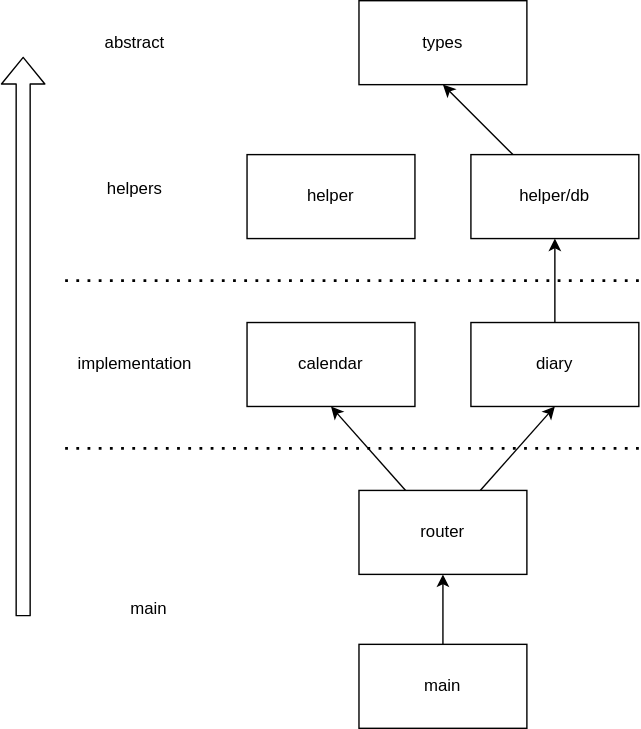
ut-code/JourniCal keeps this draw.io diagram as backend/doc/dependencies.drawio.svg. Above is the earlier version. Source tidied: cells renumbered, new cells last; positions are measured from the earlier drawing's top-left corner, leaving out a move shared by most shapes. Its diagram source:
```xml
<mxGraphModel>
  <root>
    <mxCell id="0" />
    <mxCell id="1" parent="0" />
    <mxCell id="2" style="edgeStyle=none;html=1;entryX=0.5;entryY=1;entryDx=0;entryDy=0;" parent="1" edge="1" source="3" target="13">
      <mxGeometry relative="1" as="geometry" />
    </mxCell>
    <mxCell id="3" value="helper/db" style="rounded=0;whiteSpace=wrap;html=1;" parent="1" vertex="1">
      <mxGeometry x="320" y="110" width="120" height="60" as="geometry" />
    </mxCell>
    <mxCell id="4" style="edgeStyle=none;html=1;entryX=0.5;entryY=1;entryDx=0;entryDy=0;" parent="1" edge="1" source="5" target="3">
      <mxGeometry relative="1" as="geometry" />
    </mxCell>
    <mxCell id="5" value="diary" style="rounded=0;whiteSpace=wrap;html=1;" parent="1" vertex="1">
      <mxGeometry x="320" y="230" width="120" height="60" as="geometry" />
    </mxCell>
    <mxCell id="6" style="edgeStyle=none;html=1;entryX=0.5;entryY=1;entryDx=0;entryDy=0;entryPerimeter=0;" parent="1" edge="1" source="7" target="5">
      <mxGeometry relative="1" as="geometry" />
    </mxCell>
    <mxCell id="7" value="router" style="rounded=0;whiteSpace=wrap;html=1;" parent="1" vertex="1">
      <mxGeometry x="240" y="350" width="120" height="60" as="geometry" />
    </mxCell>
    <mxCell id="8" style="edgeStyle=none;html=1;" parent="1" edge="1" source="9" target="7">
      <mxGeometry relative="1" as="geometry" />
    </mxCell>
    <mxCell id="9" value="main" style="rounded=0;whiteSpace=wrap;html=1;" parent="1" vertex="1">
      <mxGeometry x="240" y="460" width="120" height="60" as="geometry" />
    </mxCell>
    <mxCell id="10" value="helper" style="rounded=0;whiteSpace=wrap;html=1;" parent="1" vertex="1">
      <mxGeometry x="160" y="110" width="120" height="60" as="geometry" />
    </mxCell>
    <mxCell id="11" value="calendar" style="rounded=0;whiteSpace=wrap;html=1;" parent="1" vertex="1">
      <mxGeometry x="160" y="230" width="120" height="60" as="geometry" />
    </mxCell>
    <mxCell id="12" style="edgeStyle=none;html=1;entryX=0.5;entryY=1;entryDx=0;entryDy=0;" parent="1" edge="1" source="7" target="11">
      <mxGeometry relative="1" as="geometry" />
    </mxCell>
    <mxCell id="13" value="types" style="rounded=0;whiteSpace=wrap;html=1;" parent="1" vertex="1">
      <mxGeometry x="240" width="120" height="60" as="geometry" />
    </mxCell>
    <mxCell id="14" style="endArrow=none;dashed=1;html=1;dashPattern=1 3;strokeWidth=2;" parent="1" edge="1">
      <mxGeometry relative="1" as="geometry">
        <mxPoint x="30" y="200" as="sourcePoint" />
        <mxPoint x="440" y="200" as="targetPoint" />
      </mxGeometry>
    </mxCell>
    <mxCell id="15" style="endArrow=none;dashed=1;html=1;dashPattern=1 3;strokeWidth=2;" parent="1" edge="1">
      <mxGeometry relative="1" as="geometry">
        <mxPoint x="30" y="320" as="sourcePoint" />
        <mxPoint x="440" y="320" as="targetPoint" />
      </mxGeometry>
    </mxCell>
    <mxCell id="16" value="implementation" style="text;html=1;strokeColor=none;fillColor=none;align=center;verticalAlign=middle;whiteSpace=wrap;rounded=0;" parent="1" vertex="1">
      <mxGeometry x="50" y="245" width="60" height="30" as="geometry" />
    </mxCell>
    <mxCell id="17" style="shape=flexArrow;endArrow=classic;html=1;" parent="1" edge="1">
      <mxGeometry relative="1" as="geometry">
        <mxPoint y="440" as="sourcePoint" />
        <mxPoint y="40" as="targetPoint" />
      </mxGeometry>
    </mxCell>
    <mxCell id="18" value="main" style="text;html=1;strokeColor=none;fillColor=none;align=center;verticalAlign=middle;whiteSpace=wrap;rounded=0;" parent="1" vertex="1">
      <mxGeometry x="40" y="420" width="100" height="30" as="geometry" />
    </mxCell>
    <mxCell id="19" value="abstract" style="text;html=1;strokeColor=none;fillColor=none;align=center;verticalAlign=middle;whiteSpace=wrap;rounded=0;" parent="1" vertex="1">
      <mxGeometry x="50" y="15" width="60" height="30" as="geometry" />
    </mxCell>
    <mxCell id="20" value="helpers" style="text;html=1;strokeColor=none;fillColor=none;align=center;verticalAlign=middle;whiteSpace=wrap;rounded=0;" parent="1" vertex="1">
      <mxGeometry x="50" y="120" width="60" height="30" as="geometry" />
    </mxCell>
  </root>
</mxGraphModel>
```
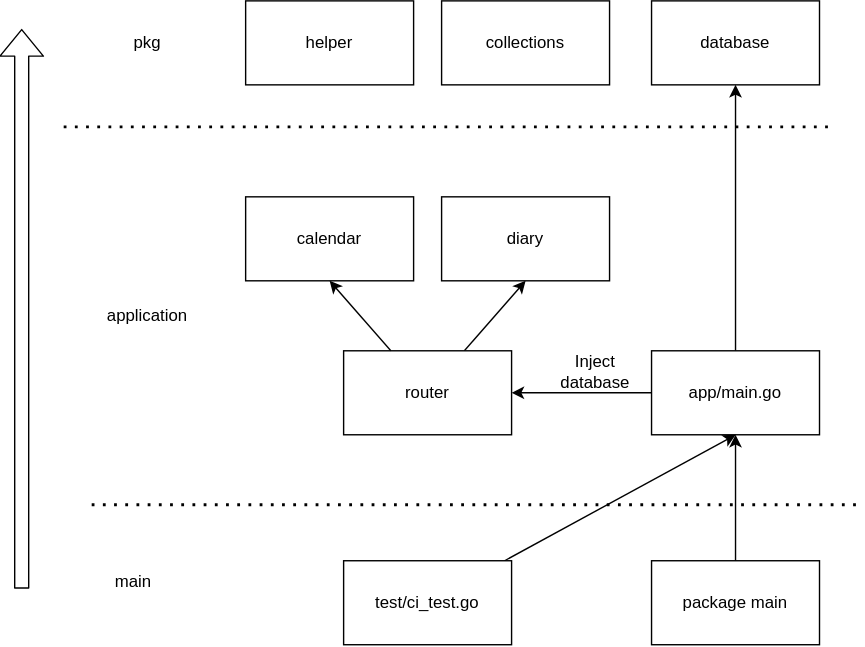
The same diagram one commit later.

The edit, as a diff of the source:
```diff
@@ -2,56 +2,38 @@
   <root>
     <mxCell id="0" />
     <mxCell id="1" parent="0" />
-    <mxCell id="2" style="edgeStyle=none;html=1;entryX=0.5;entryY=1;entryDx=0;entryDy=0;" parent="1" edge="1" source="3" target="13">
-      <mxGeometry relative="1" as="geometry" />
-    </mxCell>
-    <mxCell id="3" value="helper/db" style="rounded=0;whiteSpace=wrap;html=1;" parent="1" vertex="1">
-      <mxGeometry x="320" y="110" width="120" height="60" as="geometry" />
+    <mxCell id="3" value="database" style="rounded=0;whiteSpace=wrap;html=1;" parent="1" vertex="1">
+      <mxGeometry x="450" y="20" width="120" height="60" as="geometry" />
     </mxCell>
-    <mxCell id="4" style="edgeStyle=none;html=1;entryX=0.5;entryY=1;entryDx=0;entryDy=0;" parent="1" edge="1" source="5" target="3">
-      <mxGeometry relative="1" as="geometry" />
-    </mxCell>
     <mxCell id="5" value="diary" style="rounded=0;whiteSpace=wrap;html=1;" parent="1" vertex="1">
-      <mxGeometry x="320" y="230" width="120" height="60" as="geometry" />
+      <mxGeometry x="300" y="160" width="120" height="60" as="geometry" />
     </mxCell>
     <mxCell id="6" style="edgeStyle=none;html=1;entryX=0.5;entryY=1;entryDx=0;entryDy=0;entryPerimeter=0;" parent="1" edge="1" source="7" target="5">
       <mxGeometry relative="1" as="geometry" />
     </mxCell>
     <mxCell id="7" value="router" style="rounded=0;whiteSpace=wrap;html=1;" parent="1" vertex="1">
-      <mxGeometry x="240" y="350" width="120" height="60" as="geometry" />
+      <mxGeometry x="230" y="270" width="120" height="60" as="geometry" />
     </mxCell>
     <mxCell id="8" style="edgeStyle=none;html=1;" parent="1" edge="1" source="9" target="7">
       <mxGeometry relative="1" as="geometry" />
     </mxCell>
+    <mxCell id="21" style="edgeStyle=none;html=1;exitX=0.5;exitY=0;exitDx=0;exitDy=0;" parent="1" edge="1" source="9" target="3">
+      <mxGeometry relative="1" as="geometry" />
+    </mxCell>
-    <mxCell id="9" value="main" style="rounded=0;whiteSpace=wrap;html=1;" parent="1" vertex="1">
-      <mxGeometry x="240" y="460" width="120" height="60" as="geometry" />
+    <mxCell id="9" value="app/main.go" style="rounded=0;whiteSpace=wrap;html=1;" parent="1" vertex="1">
+      <mxGeometry x="450" y="270" width="120" height="60" as="geometry" />
     </mxCell>
     <mxCell id="10" value="helper" style="rounded=0;whiteSpace=wrap;html=1;" parent="1" vertex="1">
-      <mxGeometry x="160" y="110" width="120" height="60" as="geometry" />
+      <mxGeometry x="160" y="20" width="120" height="60" as="geometry" />
     </mxCell>
     <mxCell id="11" value="calendar" style="rounded=0;whiteSpace=wrap;html=1;" parent="1" vertex="1">
-      <mxGeometry x="160" y="230" width="120" height="60" as="geometry" />
+      <mxGeometry x="160" y="160" width="120" height="60" as="geometry" />
     </mxCell>
     <mxCell id="12" style="edgeStyle=none;html=1;entryX=0.5;entryY=1;entryDx=0;entryDy=0;" parent="1" edge="1" source="7" target="11">
       <mxGeometry relative="1" as="geometry" />
     </mxCell>
-    <mxCell id="13" value="types" style="rounded=0;whiteSpace=wrap;html=1;" parent="1" vertex="1">
-      <mxGeometry x="240" width="120" height="60" as="geometry" />
-    </mxCell>
-    <mxCell id="14" style="endArrow=none;dashed=1;html=1;dashPattern=1 3;strokeWidth=2;" parent="1" edge="1">
-      <mxGeometry relative="1" as="geometry">
-        <mxPoint x="30" y="200" as="sourcePoint" />
-        <mxPoint x="440" y="200" as="targetPoint" />
-      </mxGeometry>
-    </mxCell>
-    <mxCell id="15" style="endArrow=none;dashed=1;html=1;dashPattern=1 3;strokeWidth=2;" parent="1" edge="1">
-      <mxGeometry relative="1" as="geometry">
-        <mxPoint x="30" y="320" as="sourcePoint" />
-        <mxPoint x="440" y="320" as="targetPoint" />
-      </mxGeometry>
-    </mxCell>
-    <mxCell id="16" value="implementation" style="text;html=1;strokeColor=none;fillColor=none;align=center;verticalAlign=middle;whiteSpace=wrap;rounded=0;" parent="1" vertex="1">
-      <mxGeometry x="50" y="245" width="60" height="30" as="geometry" />
+    <mxCell id="16" value="application" style="text;html=1;strokeColor=none;fillColor=none;align=center;verticalAlign=middle;whiteSpace=wrap;rounded=0;" parent="1" vertex="1">
+      <mxGeometry x="60" y="230" width="60" height="30" as="geometry" />
     </mxCell>
     <mxCell id="17" style="shape=flexArrow;endArrow=classic;html=1;" parent="1" edge="1">
       <mxGeometry relative="1" as="geometry">
@@ -59,14 +41,43 @@
         <mxPoint y="40" as="targetPoint" />
       </mxGeometry>
     </mxCell>
+    <mxCell id="20" value="pkg" style="text;html=1;strokeColor=none;fillColor=none;align=center;verticalAlign=middle;whiteSpace=wrap;rounded=0;" parent="1" vertex="1">
+      <mxGeometry x="60" y="35" width="60" height="30" as="geometry" />
+    </mxCell>
+    <mxCell id="22" style="endArrow=none;dashed=1;html=1;dashPattern=1 3;strokeWidth=2;" parent="1" edge="1">
+      <mxGeometry relative="1" as="geometry">
+        <mxPoint x="30" y="110" as="sourcePoint" />
+        <mxPoint x="580" y="110" as="targetPoint" />
+      </mxGeometry>
+    </mxCell>
+    <mxCell id="23" value="collections" style="rounded=0;whiteSpace=wrap;html=1;" parent="1" vertex="1">
+      <mxGeometry x="300" y="20" width="120" height="60" as="geometry" />
+    </mxCell>
+    <mxCell id="24" value="Inject&lt;br&gt;database" style="text;html=1;strokeColor=none;fillColor=none;align=center;verticalAlign=middle;whiteSpace=wrap;rounded=0;" parent="1" vertex="1">
+      <mxGeometry x="380" y="270" width="60" height="30" as="geometry" />
+    </mxCell>
+    <mxCell id="25" style="endArrow=none;dashed=1;html=1;dashPattern=1 3;strokeWidth=2;" parent="1" edge="1">
+      <mxGeometry relative="1" as="geometry">
+        <mxPoint x="50" y="380" as="sourcePoint" />
+        <mxPoint x="600" y="380" as="targetPoint" />
+      </mxGeometry>
+    </mxCell>
     <mxCell id="18" value="main" style="text;html=1;strokeColor=none;fillColor=none;align=center;verticalAlign=middle;whiteSpace=wrap;rounded=0;" parent="1" vertex="1">
-      <mxGeometry x="40" y="420" width="100" height="30" as="geometry" />
+      <mxGeometry x="50" y="420" width="60" height="30" as="geometry" />
     </mxCell>
-    <mxCell id="19" value="abstract" style="text;html=1;strokeColor=none;fillColor=none;align=center;verticalAlign=middle;whiteSpace=wrap;rounded=0;" parent="1" vertex="1">
-      <mxGeometry x="50" y="15" width="60" height="30" as="geometry" />
-    </mxCell>
-    <mxCell id="20" value="helpers" style="text;html=1;strokeColor=none;fillColor=none;align=center;verticalAlign=middle;whiteSpace=wrap;rounded=0;" parent="1" vertex="1">
-      <mxGeometry x="50" y="120" width="60" height="30" as="geometry" />
-    </mxCell>
+    <mxCell id="26" value="package main" style="rounded=0;whiteSpace=wrap;html=1;" parent="1" vertex="1">
+      <mxGeometry x="450" y="420" width="120" height="60" as="geometry" />
+    </mxCell>
+    <mxCell id="27" style="edgeStyle=none;html=1;" parent="1" edge="1" source="28">
+      <mxGeometry relative="1" as="geometry">
+        <mxPoint x="510.1" y="330" as="targetPoint" />
+      </mxGeometry>
+    </mxCell>
+    <mxCell id="28" value="test/ci_test.go" style="rounded=0;whiteSpace=wrap;html=1;" parent="1" vertex="1">
+      <mxGeometry x="230" y="420" width="120" height="60" as="geometry" />
+    </mxCell>
+    <mxCell id="29" style="endArrow=classic;html=1;entryX=0.5;entryY=1;entryDx=0;entryDy=0;" parent="1" edge="1" source="26" target="9">
+      <mxGeometry relative="1" as="geometry" />
+    </mxCell>
   </root>
 </mxGraphModel>
```
